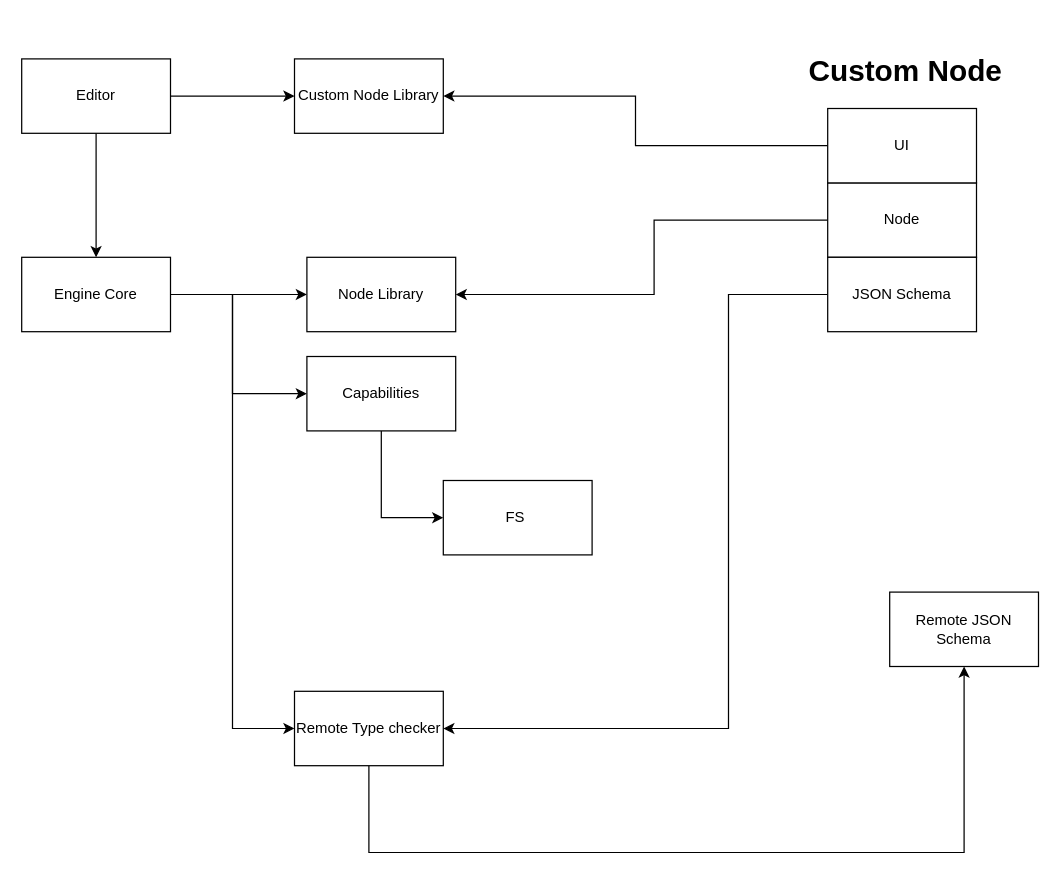
The draw.io diagram adrs/Architecture.drawio in tokens-studio/graph-engine, before the edit. Source tidied: cells renumbered, new cells numbered last; positions are measured from the earlier drawing's top-left corner, leaving out a move shared by most shapes. Both pictures are drawn from the tidied source at 124%, with x=0, y=0 at pixel (21, 46).
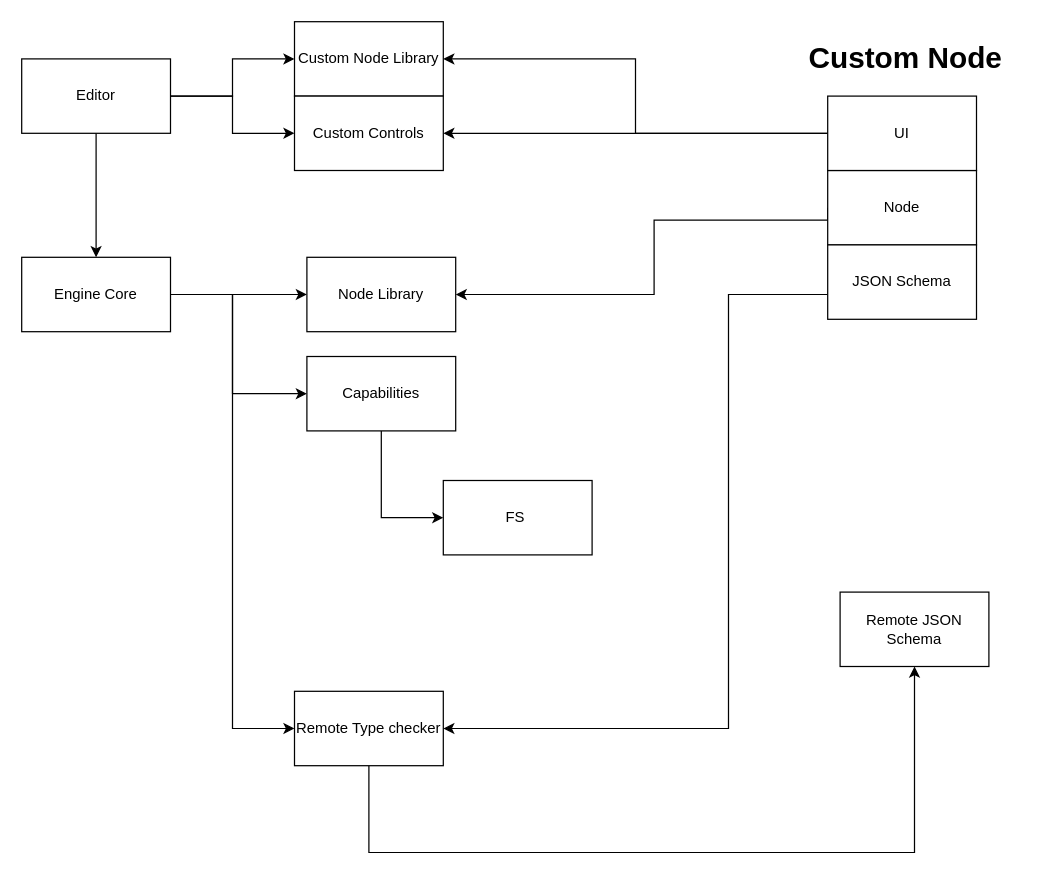
The same page after the edit.

The change refers to these unchanged cells:
```xml
<mxCell id="7" value="Remote Type checker" style="rounded=0;whiteSpace=wrap;html=1;" parent="1" vertex="1">
  <mxGeometry x="220" y="520" width="120" height="60" as="geometry" />
</mxCell>
<mxCell id="13" value="Editor" style="rounded=0;whiteSpace=wrap;html=1;" parent="1" vertex="1">
  <mxGeometry y="10" width="120" height="60" as="geometry" />
</mxCell>
```

Diff of the diagram source:
```diff
@@
     <mxCell id="6" style="edgeStyle=orthogonalEdgeStyle;rounded=0;jettySize=auto;html=1;entryX=0.5;entryY=1;entryDx=0;entryDy=0;" parent="1" edge="1" source="7" target="21">
       <mxGeometry relative="1" as="geometry">
         <Array as="points">
           <mxPoint x="280" y="650" />
-          <mxPoint x="760" y="650" />
+          <mxPoint x="720" y="650" />
         </Array>
       </mxGeometry>
     </mxCell>
@@
+    <mxCell id="24" style="edgeStyle=orthogonalEdgeStyle;rounded=0;jettySize=auto;html=1;" parent="1" edge="1" source="13" target="26">
+      <mxGeometry relative="1" as="geometry" />
+    </mxCell>
@@
     <mxCell id="15" value="Custom Node Library" style="rounded=0;whiteSpace=wrap;html=1;" parent="1" vertex="1">
-      <mxGeometry x="220" y="10" width="120" height="60" as="geometry" />
+      <mxGeometry x="220" y="-20" width="120" height="60" as="geometry" />
     </mxCell>
     <mxCell id="16" value="&lt;h1&gt;Custom Node&lt;/h1&gt;" style="text;html=1;strokeColor=none;fillColor=none;spacing=5;spacingTop=-20;whiteSpace=wrap;overflow=hidden;rounded=0;" parent="1" vertex="1">
-      <mxGeometry x="630" width="180" height="40" as="geometry" />
+      <mxGeometry x="630" y="-10" width="180" height="40" as="geometry" />
     </mxCell>
@@
     <mxCell id="19" value="Node" style="rounded=0;whiteSpace=wrap;html=1;" parent="1" vertex="1">
-      <mxGeometry x="650" y="110" width="120" height="60" as="geometry" />
+      <mxGeometry x="650" y="100" width="120" height="60" as="geometry" />
     </mxCell>
@@
     <mxCell id="21" value="Remote JSON Schema" style="rounded=0;whiteSpace=wrap;html=1;" parent="1" vertex="1">
-      <mxGeometry x="700" y="440" width="120" height="60" as="geometry" />
+      <mxGeometry x="660" y="440" width="120" height="60" as="geometry" />
     </mxCell>
+    <mxCell id="25" style="edgeStyle=orthogonalEdgeStyle;rounded=0;jettySize=auto;html=1;" parent="1" edge="1" source="22" target="26">
+      <mxGeometry relative="1" as="geometry" />
+    </mxCell>
     <mxCell id="22" value="UI" style="rounded=0;whiteSpace=wrap;html=1;" parent="1" vertex="1">
-      <mxGeometry x="650" y="50" width="120" height="60" as="geometry" />
+      <mxGeometry x="650" y="40" width="120" height="60" as="geometry" />
     </mxCell>
     <mxCell id="23" value="JSON Schema" style="rounded=0;whiteSpace=wrap;html=1;" parent="1" vertex="1">
-      <mxGeometry x="650" y="170" width="120" height="60" as="geometry" />
+      <mxGeometry x="650" y="160" width="120" height="60" as="geometry" />
     </mxCell>
+    <mxCell id="26" value="Custom Controls" style="rounded=0;whiteSpace=wrap;html=1;" parent="1" vertex="1">
+      <mxGeometry x="220" y="40" width="120" height="60" as="geometry" />
+    </mxCell>
```
